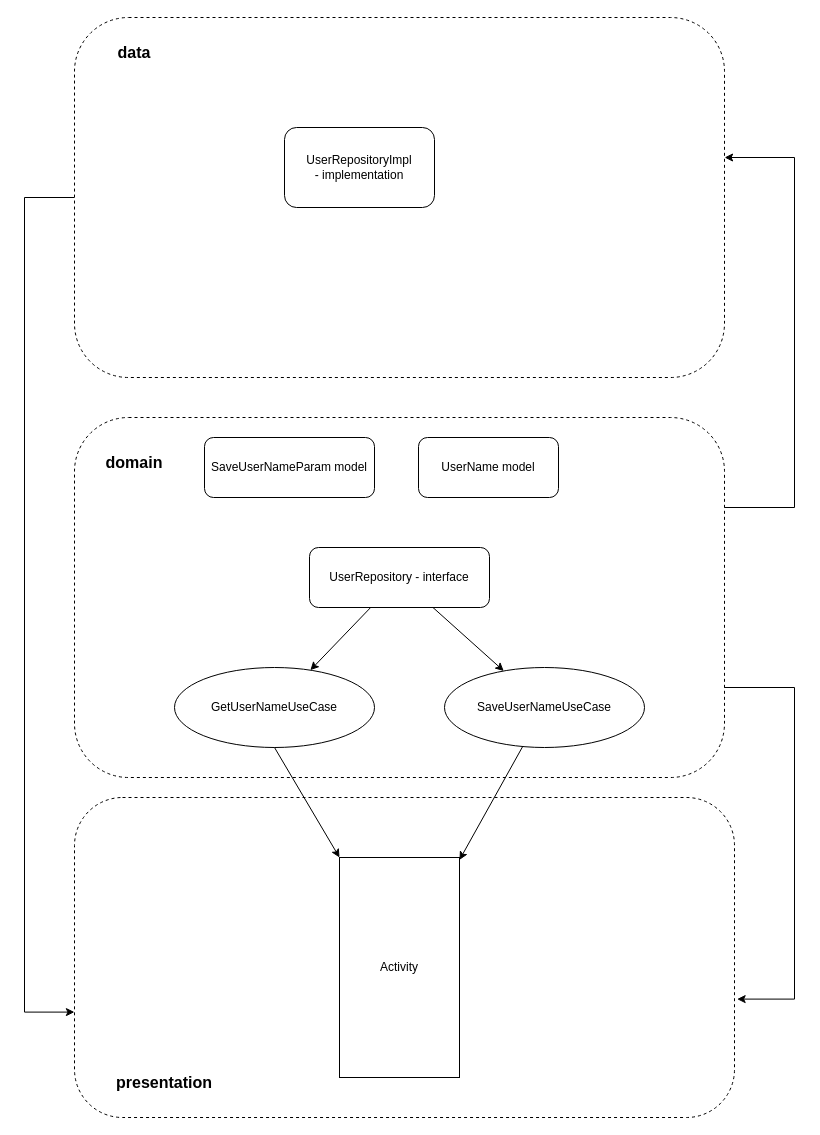
Above: clen architecture diagram.drawio in SAndreyV1683/Clean-architecture-sample (draw.io), before the change. Source tidied: cells renumbered, new cells numbered last; positions are measured from the earlier drawing's top-left corner, leaving out a move shared by most shapes. Both pictures are drawn from the tidied source at 100%, with x=0, y=0 at pixel (24, 17).
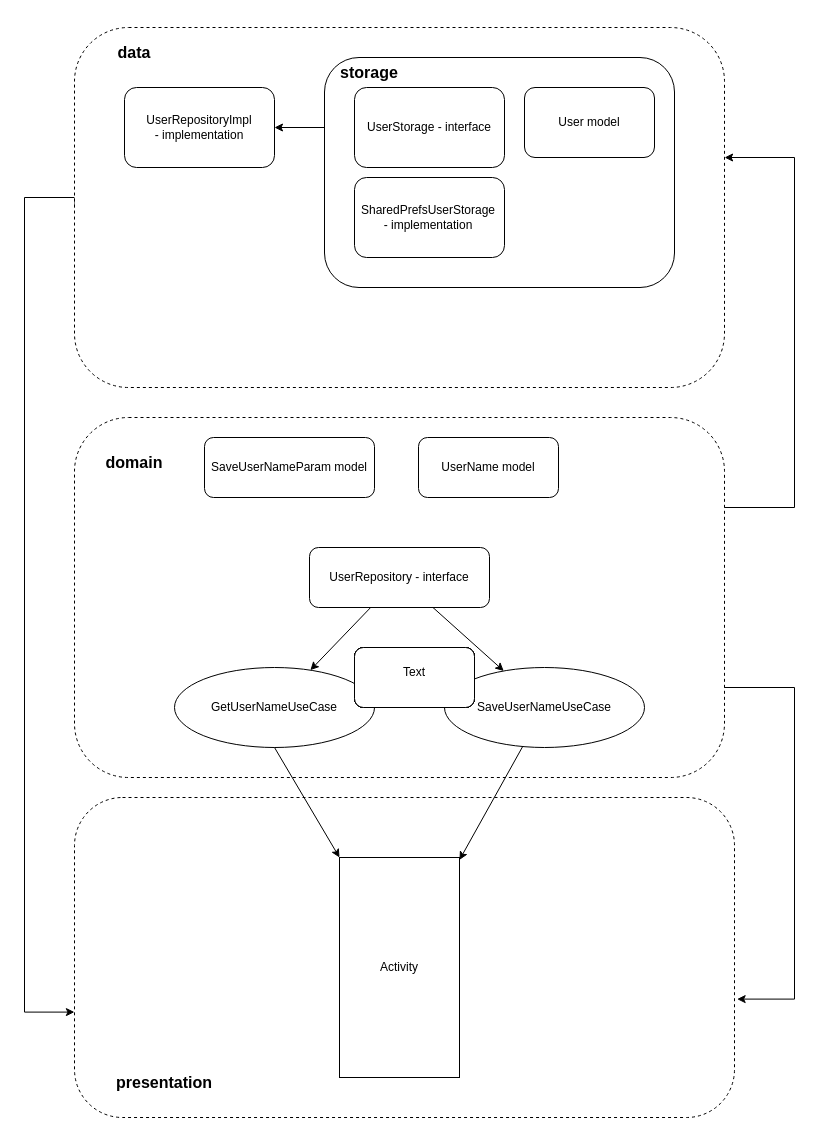
Above is the later version.

Change to the diagram source:
```diff
@@
     <mxCell id="13" style="rounded=1;whiteSpace=wrap;html=1;dashed=1;" parent="1" vertex="1">
-      <mxGeometry x="50" width="650" height="360" as="geometry" />
+      <mxGeometry x="50" y="10" width="650" height="360" as="geometry" />
     </mxCell>
@@
     <mxCell id="15" style="rounded=1;whiteSpace=wrap;html=1;" parent="1" vertex="1">
-      <mxGeometry x="260" y="110" width="150" height="80" as="geometry" />
+      <mxGeometry x="100" y="70" width="150" height="80" as="geometry" />
     </mxCell>
     <mxCell id="16" value="UserRepositoryImpl - implementation" style="text;html=1;strokeColor=none;fillColor=none;align=center;verticalAlign=middle;whiteSpace=wrap;rounded=0;" parent="1" vertex="1">
-      <mxGeometry x="305" y="135" width="60" height="30" as="geometry" />
+      <mxGeometry x="145" y="95" width="60" height="30" as="geometry" />
     </mxCell>
@@
+    <mxCell id="26" style="rounded=1;whiteSpace=wrap;html=1;" parent="1" vertex="1">
+      <mxGeometry x="330" y="630" width="120" height="60" as="geometry" />
+    </mxCell>
+    <mxCell id="27" style="rounded=1;whiteSpace=wrap;html=1;" parent="1" vertex="1">
+      <mxGeometry x="330" y="630" width="120" height="60" as="geometry" />
+    </mxCell>
+    <mxCell id="28" style="rounded=1;whiteSpace=wrap;html=1;" parent="1" vertex="1">
+      <mxGeometry x="330" y="630" width="120" height="60" as="geometry" />
+    </mxCell>
+    <mxCell id="29" style="rounded=1;whiteSpace=wrap;html=1;" parent="1" vertex="1">
+      <mxGeometry x="330" y="630" width="120" height="60" as="geometry" />
+    </mxCell>
+    <mxCell id="30" style="rounded=1;whiteSpace=wrap;html=1;" parent="1" vertex="1">
+      <mxGeometry x="330" y="630" width="120" height="60" as="geometry" />
+    </mxCell>
+    <mxCell id="31" style="edgeStyle=orthogonalEdgeStyle;rounded=0;jettySize=auto;html=1;entryX=1;entryY=0.5;entryDx=0;entryDy=0;" parent="1" edge="1" source="33" target="15">
+      <mxGeometry relative="1" as="geometry" />
+    </mxCell>
+    <mxCell id="32" style="rounded=1;whiteSpace=wrap;html=1;" parent="1" vertex="1">
+      <mxGeometry x="300" y="40" width="350" height="230" as="geometry" />
+    </mxCell>
+    <mxCell id="33" style="rounded=1;whiteSpace=wrap;html=1;" parent="1" vertex="1">
+      <mxGeometry x="330" y="70" width="150" height="80" as="geometry" />
+    </mxCell>
+    <mxCell id="34" value="Text" style="text;html=1;strokeColor=none;fillColor=none;align=center;verticalAlign=middle;whiteSpace=wrap;rounded=0;" parent="1" vertex="1">
+      <mxGeometry x="360" y="640" width="60" height="30" as="geometry" />
+    </mxCell>
+    <mxCell id="35" value="UserStorage - interface" style="text;html=1;strokeColor=none;fillColor=none;align=center;verticalAlign=middle;whiteSpace=wrap;rounded=0;" parent="1" vertex="1">
+      <mxGeometry x="340" y="95" width="130" height="30" as="geometry" />
+    </mxCell>
+    <mxCell id="36" style="rounded=1;whiteSpace=wrap;html=1;" parent="1" vertex="1">
+      <mxGeometry x="330" y="160" width="150" height="80" as="geometry" />
+    </mxCell>
+    <mxCell id="37" value="SharedPrefsUserStorage - implementation" style="text;html=1;strokeColor=none;fillColor=none;align=center;verticalAlign=middle;whiteSpace=wrap;rounded=0;" parent="1" vertex="1">
+      <mxGeometry x="374" y="185" width="60" height="30" as="geometry" />
+    </mxCell>
+    <mxCell id="38" style="rounded=1;whiteSpace=wrap;html=1;" parent="1" vertex="1">
+      <mxGeometry x="500" y="70" width="130" height="70" as="geometry" />
+    </mxCell>
+    <mxCell id="39" value="User model" style="text;html=1;strokeColor=none;fillColor=none;align=center;verticalAlign=middle;whiteSpace=wrap;rounded=0;" parent="1" vertex="1">
+      <mxGeometry x="520" y="90" width="90" height="30" as="geometry" />
+    </mxCell>
+    <mxCell id="40" value="&lt;b&gt;&lt;font style=&quot;font-size: 16px;&quot;&gt;storage&lt;/font&gt;&lt;/b&gt;" style="text;html=1;strokeColor=none;fillColor=none;align=center;verticalAlign=middle;whiteSpace=wrap;rounded=0;" parent="1" vertex="1">
+      <mxGeometry x="315" y="40" width="60" height="30" as="geometry" />
+    </mxCell>
```
